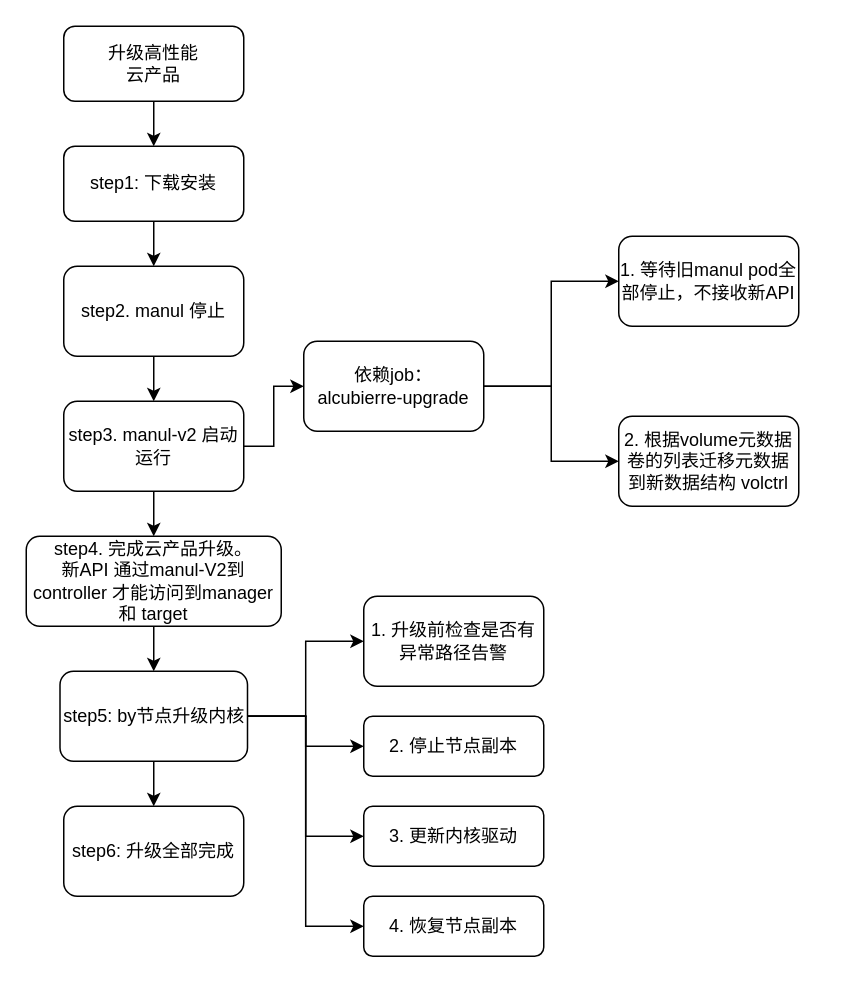
Above: 升级流程.drawio in ChenFanTony/iodraw-files (draw.io), before the change. Source tidied: cells renumbered, new cells numbered last; positions are measured from the earlier drawing's top-left corner, leaving out a move shared by most shapes. Both pictures are drawn from the tidied source at 150%, with x=0, y=0 at pixel (26, 26).
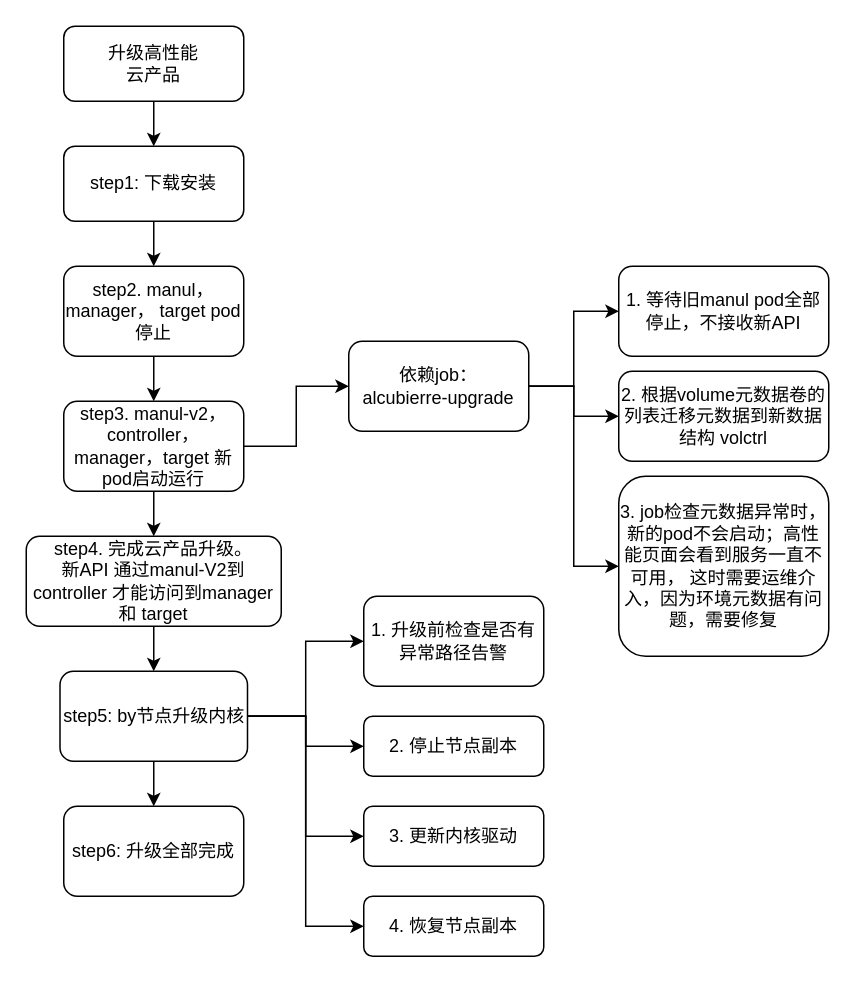
The same page after the edit.

Commit message:
更新升级流程.drawio

Change to the diagram source:
```diff
@@
-    <mxCell id="7" value="step2. manul 停止" style="rounded=1;whiteSpace=wrap;html=1;" parent="1" vertex="1">
+    <mxCell id="7" value="step2. manul，manager， target pod停止" style="rounded=1;whiteSpace=wrap;html=1;" parent="1" vertex="1">
       <mxGeometry x="25" y="160" width="120" height="60" as="geometry" />
     </mxCell>
@@
+    <mxCell id="29" style="edgeStyle=orthogonalEdgeStyle;rounded=0;jettySize=auto;html=1;exitX=1;exitY=0.5;exitDx=0;exitDy=0;entryX=0;entryY=0.5;entryDx=0;entryDy=0;" parent="1" edge="1" source="10" target="30">
+      <mxGeometry relative="1" as="geometry" />
+    </mxCell>
     <mxCell id="10" value="依赖job：&lt;br&gt;alcubierre-upgrade" style="whiteSpace=wrap;html=1;rounded=1;" parent="1" vertex="1">
-      <mxGeometry x="185" y="210" width="120" height="60" as="geometry" />
+      <mxGeometry x="215" y="210" width="120" height="60" as="geometry" />
     </mxCell>
     <mxCell id="11" value="1. 等待旧manul pod全部停止，不接收新API" style="whiteSpace=wrap;html=1;rounded=1;" parent="1" vertex="1">
-      <mxGeometry x="395" y="140" width="120" height="60" as="geometry" />
+      <mxGeometry x="395" y="160" width="140" height="60" as="geometry" />
     </mxCell>
     <mxCell id="12" value="2. 根据volume元数据卷的列表迁移元数据到新数据结构 volctrl" style="whiteSpace=wrap;html=1;rounded=1;" parent="1" vertex="1">
-      <mxGeometry x="395" y="260" width="120" height="60" as="geometry" />
+      <mxGeometry x="395" y="230" width="140" height="60" as="geometry" />
     </mxCell>
@@
-    <mxCell id="15" value="step3. manul-v2 启动运行" style="rounded=1;whiteSpace=wrap;html=1;" parent="1" vertex="1">
+    <mxCell id="15" value="step3. manul-v2，controller，manager，target 新pod启动运行" style="rounded=1;whiteSpace=wrap;html=1;" parent="1" vertex="1">
       <mxGeometry x="25" y="250" width="120" height="60" as="geometry" />
     </mxCell>
@@
+    <mxCell id="30" value="3. job检查元数据异常时，新的pod不会启动；高性能页面会看到服务一直不可用， 这时需要运维介入，因为环境元数据有问题，需要修复" style="whiteSpace=wrap;html=1;rounded=1;" parent="1" vertex="1">
+      <mxGeometry x="395" y="300" width="140" height="120" as="geometry" />
+    </mxCell>
```
